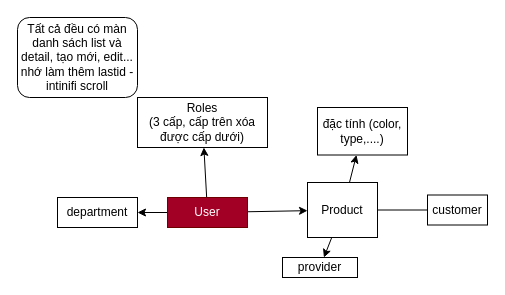
This is document/draw.drawio from Trungdev1611/express-multiDB, a draw.io file, before an edit. Source tidied: cells renumbered, new cells numbered last; positions are measured from the earlier drawing's top-left corner, leaving out a move shared by most shapes. Both pictures are drawn from the tidied source at 100%, with x=0, y=0 at pixel (17, 17).
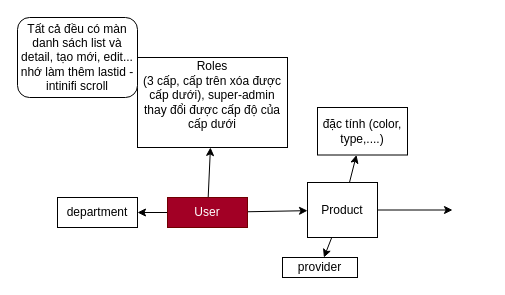
Above is the later version.

Diff of the diagram source:
```diff
@@
 <mxGraphModel>
   <root>
     <mxCell id="0" />
     <mxCell id="1" parent="0" />
     <mxCell id="2" style="edgeStyle=none;html=1;" parent="1" edge="1" source="5" target="6">
       <mxGeometry relative="1" as="geometry" />
     </mxCell>
     <mxCell id="3" style="edgeStyle=none;html=1;" parent="1" edge="1" source="5" target="7">
       <mxGeometry relative="1" as="geometry" />
     </mxCell>
     <mxCell id="4" style="edgeStyle=none;html=1;" parent="1" edge="1" source="5" target="11">
       <mxGeometry relative="1" as="geometry" />
     </mxCell>
     <mxCell id="5" value="User" style="rounded=0;whiteSpace=wrap;html=1;fillColor=#a20025;fontColor=#ffffff;strokeColor=#6F0000;" parent="1" vertex="1">
       <mxGeometry x="150" y="180" width="80" height="30" as="geometry" />
     </mxCell>
-    <mxCell id="6" value="Roles&lt;br&gt;(3 cấp, cấp trên xóa được cấp dưới)" style="whiteSpace=wrap;html=1;rounded=0;" parent="1" vertex="1">
-      <mxGeometry x="120" y="80" width="130" height="50" as="geometry" />
+    <mxCell id="6" value="Roles&lt;br&gt;(3 cấp, cấp trên xóa được cấp dưới), super-admin thay đổi được cấp độ của cấp dưới&lt;div&gt;&lt;br&gt;&lt;/div&gt;" style="whiteSpace=wrap;html=1;rounded=0;" parent="1" vertex="1">
+      <mxGeometry x="120" y="40" width="150" height="90" as="geometry" />
     </mxCell>
     <mxCell id="7" value="department" style="whiteSpace=wrap;html=1;rounded=0;" parent="1" vertex="1">
       <mxGeometry x="40" y="180" width="80" height="30" as="geometry" />
     </mxCell>
     <mxCell id="8" style="edgeStyle=none;html=1;" parent="1" edge="1" source="11" target="12">
       <mxGeometry relative="1" as="geometry" />
     </mxCell>
     <mxCell id="9" style="edgeStyle=none;html=1;" parent="1" edge="1" source="11" target="14">
       <mxGeometry relative="1" as="geometry" />
     </mxCell>
     <mxCell id="10" style="edgeStyle=none;html=1;" parent="1" edge="1" source="11">
       <mxGeometry relative="1" as="geometry">
         <mxPoint x="435" y="192.5" as="targetPoint" />
       </mxGeometry>
     </mxCell>
     <mxCell id="11" value="Product" style="whiteSpace=wrap;html=1;rounded=0;" parent="1" vertex="1">
       <mxGeometry x="290" y="165" width="70" height="55" as="geometry" />
     </mxCell>
     <mxCell id="12" value="đặc tính (color, type,....)" style="whiteSpace=wrap;html=1;rounded=0;" parent="1" vertex="1">
       <mxGeometry x="300" y="90" width="90" height="47.5" as="geometry" />
     </mxCell>
     <mxCell id="13" value="Tất cả đều có màn danh sách list và detail, tạo mới, edit... nhớ làm thêm lastid - intinifi scroll" style="rounded=1;whiteSpace=wrap;html=1;" parent="1" vertex="1">
       <mxGeometry width="120" height="80" as="geometry" />
     </mxCell>
     <mxCell id="14" value="provider" style="whiteSpace=wrap;html=1;rounded=0;" parent="1" vertex="1">
       <mxGeometry x="265" y="240" width="75" height="20" as="geometry" />
     </mxCell>
-    <mxCell id="15" value="customer" style="rounded=0;whiteSpace=wrap;html=1;" parent="1" vertex="1">
-      <mxGeometry x="410" y="177.5" width="60" height="30" as="geometry" />
-    </mxCell>
   </root>
 </mxGraphModel>
```
